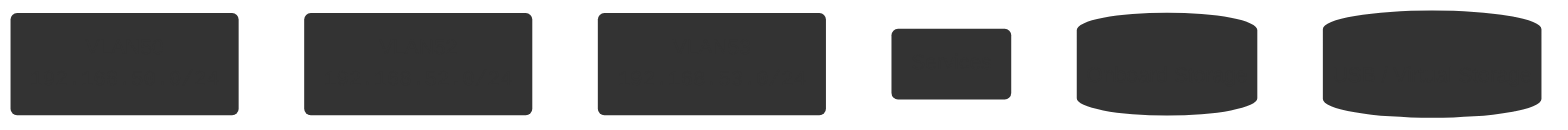
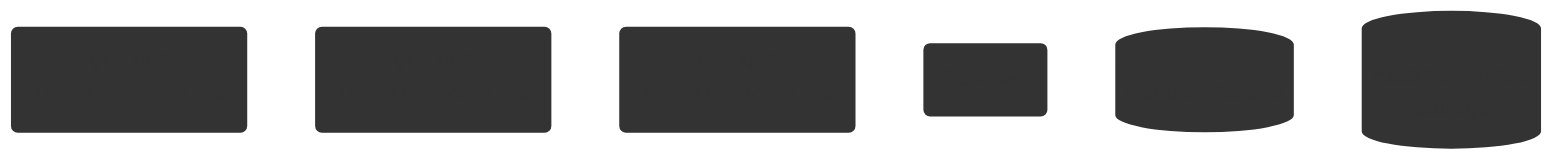
%%{
  init: {
    "themeCSS": ".node.vlan50 rect, .node.vlan50 polygon, .node.vlan50 circle, .node.vlan50 path { fill: var(--vlan50-bg) !important; stroke: var(--vlan50-border) !important; stroke-width: 2px !important; } .node.vlan52 rect, .node.vlan52 polygon, .node.vlan52 circle, .node.vlan52 path { fill: var(--vlan52-bg) !important; stroke: var(--vlan52-border) !important; stroke-width: 2px !important; stroke-dasharray: 5 5 !important; } .node.vlan53 rect, .node.vlan53 polygon, .node.vlan53 circle, .node.vlan53 path { fill: var(--vlan53-bg) !important; stroke: var(--vlan53-border) !important; stroke-width: 2px !important; stroke-dasharray: 5 5 !important; } .node.service rect, .node.service polygon, .node.service circle, .node.service path { fill: var(--service-bg) !important; stroke: var(--service-border) !important; stroke-width: 2px !important; } .node.storage rect, .node.storage polygon, .node.storage circle, .node.storage path { fill: var(--storage-bg) !important; stroke: var(--storage-border) !important; stroke-width: 2px !important; } .node.usb-storage rect, .node.usb-storage polygon, .node.usb-storage circle, .node.usb-storage path { fill: var(--storage-bg) !important; stroke: var(--storage-border) !important; stroke-width: 2px !important; stroke-dasharray: 5 5 !important; } .nodeLabel { color: var(--node-text) !important; } .node text { fill: var(--node-text) !important; } .cluster rect { fill: var(--subgraph-bg) !important; stroke: var(--subgraph-border) !important; stroke-width: 1px !important; } .cluster-label text, .cluster text { fill: var(--node-text) !important; } .cluster-label span, .cluster span { color: var(--node-text) !important; } .edgeLabel, .edgeLabel span, .edgeLabel p, .labelBkg, .htmlLabel { background-color: var(--edge-bg) !important; color: var(--edge-text) !important; } .edgeLabel rect { fill: var(--edge-bg) !important; } .edgeLabel text { fill: var(--edge-text) !important; } .edgePath path, .flowchart-link { stroke: var(--edge-line) !important; } .marker path, .arrowheadPath { fill: var(--edge-line) !important; stroke: var(--edge-line) !important; }"
  }
}%%

graph
    %% --- Dummy Class Definitions (To register the classes on the SVGs) --- %%
    classDef vlan50 fill: stroke:;
    classDef vlan52 fill: stroke:;
    classDef vlan53 fill: stroke:;
    classDef service fill: stroke:;
    classDef storage fill: stroke:;
    classDef usb-storage fill: stroke:;

    %% --- Ledgend --- %%
    VLAN50("VLAN50<br><code>192.168.50.0/24</code>"):::vlan50
    VLAN52("VLAN52<br><code>192.168.52.0/24</code>"):::vlan52
    VLAN53("VLAN53<br><code>192.168.53.0/24</code>"):::vlan53
    Service("Services"):::service
-     OnboardStorage[("Onboard Storage")]:::storage
-     USB-Storage[("USB / Virtual Storage")]:::usb-storage
+     OnboardStorage[("Regular Storage")]:::storage
+     USB-Storage[("External / Virtual<br>Storage")]:::usb-storage
